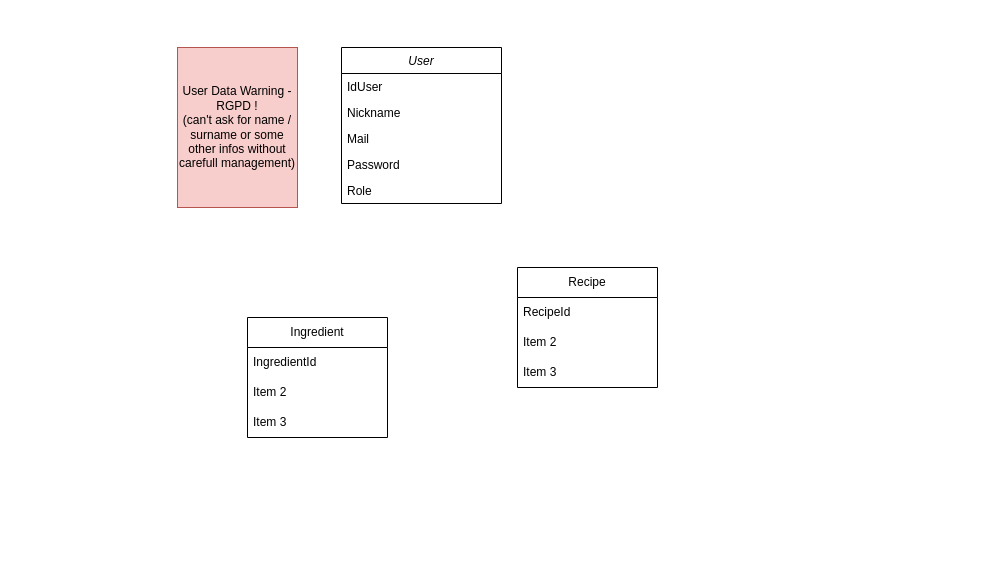
Above: StockingDraws/Diagramme sans nom.drawio in Windryuu/DrawIoRepo (draw.io), before the change. Source tidied: cells renumbered, new cells numbered last; positions are measured from the earlier drawing's top-left corner, leaving out a move shared by most shapes. Both pictures are drawn from the tidied source at 100%, with x=0, y=0 at pixel (177, 47).
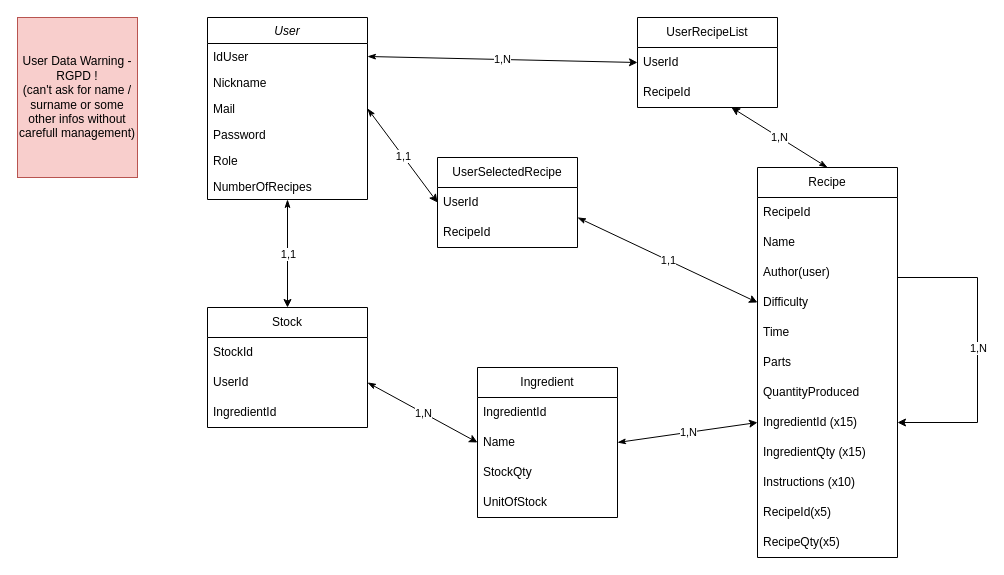
The same diagram, later.

Unchanged cells that the change refers to:
```xml
<mxCell id="3" value="IdUser" style="text;align=left;verticalAlign=top;spacingLeft=4;spacingRight=4;overflow=hidden;points=[[0,0.5],[1,0.5]];portConstraint=eastwest;" parent="2" vertex="1">
  <mxGeometry y="26" width="160" height="26" as="geometry" />
</mxCell>
<mxCell id="5" value="Mail" style="text;align=left;verticalAlign=top;spacingLeft=4;spacingRight=4;overflow=hidden;points=[[0,0.5],[1,0.5]];portConstraint=eastwest;rounded=0;shadow=0;html=0;" parent="2" vertex="1">
  <mxGeometry y="78" width="160" height="26" as="geometry" />
</mxCell>
```

The edit, as a diff of the source:
```diff
@@
     <mxCell id="2" value="User" style="swimlane;fontStyle=2;align=center;verticalAlign=top;horizontal=1;startSize=26;rounded=0;shadow=0;strokeWidth=1;" parent="1" vertex="1">
-      <mxGeometry x="164" width="160" height="156" as="geometry" />
+      <mxGeometry x="30" y="-30" width="160" height="182" as="geometry" />
     </mxCell>
@@
+    <mxCell id="17" value="NumberOfRecipes" style="text;align=left;verticalAlign=top;spacingLeft=4;spacingRight=4;overflow=hidden;rounded=0;shadow=0;html=0;" parent="2" vertex="1">
+      <mxGeometry y="156" width="160" height="26" as="geometry" />
+    </mxCell>
     <mxCell id="8" value="&lt;div&gt;User Data Warning - RGPD !&lt;/div&gt;&lt;div&gt;(can't ask for name / surname or some other infos without carefull management)&lt;br&gt;&lt;/div&gt;" style="rounded=0;whiteSpace=wrap;html=1;fillColor=#f8cecc;strokeColor=#b85450;" parent="1" vertex="1">
-      <mxGeometry width="120" height="160" as="geometry" />
+      <mxGeometry x="-160" y="-30" width="120" height="160" as="geometry" />
     </mxCell>
     <mxCell id="9" value="Recipe" style="swimlane;fontStyle=0;horizontal=1;startSize=30;whiteSpace=wrap;html=1;" parent="1" vertex="1">
-      <mxGeometry x="340" y="220" width="140" height="120" as="geometry" />
+      <mxGeometry x="580" y="120" width="140" height="390" as="geometry" />
     </mxCell>
@@
-    <mxCell id="11" value="Item 2" style="text;strokeColor=none;fillColor=none;align=left;verticalAlign=middle;spacingLeft=4;spacingRight=4;overflow=hidden;whiteSpace=wrap;html=1;" parent="9" vertex="1">
+    <mxCell id="11" value="Name" style="text;strokeColor=none;fillColor=none;align=left;verticalAlign=middle;spacingLeft=4;spacingRight=4;overflow=hidden;whiteSpace=wrap;html=1;" parent="9" vertex="1">
       <mxGeometry y="60" width="140" height="30" as="geometry" />
     </mxCell>
-    <mxCell id="12" value="Item 3" style="text;strokeColor=none;fillColor=none;align=left;verticalAlign=middle;spacingLeft=4;spacingRight=4;overflow=hidden;points=[[0,0.5],[1,0.5]];portConstraint=eastwest;whiteSpace=wrap;html=1;" parent="9" vertex="1">
+    <mxCell id="12" value="Author(user)" style="text;strokeColor=none;fillColor=none;align=left;verticalAlign=middle;spacingLeft=4;spacingRight=4;overflow=hidden;points=[[0,0.5],[1,0.5]];portConstraint=eastwest;whiteSpace=wrap;html=1;" parent="9" vertex="1">
       <mxGeometry y="90" width="140" height="30" as="geometry" />
     </mxCell>
+    <mxCell id="18" value="Difficulty" style="text;strokeColor=none;fillColor=none;align=left;verticalAlign=middle;spacingLeft=4;spacingRight=4;overflow=hidden;points=[[0,0.5],[1,0.5]];portConstraint=eastwest;whiteSpace=wrap;html=1;" parent="9" vertex="1">
+      <mxGeometry y="120" width="140" height="30" as="geometry" />
+    </mxCell>
+    <mxCell id="19" value="Time" style="text;strokeColor=none;fillColor=none;align=left;verticalAlign=middle;spacingLeft=4;spacingRight=4;overflow=hidden;whiteSpace=wrap;html=1;" parent="9" vertex="1">
+      <mxGeometry y="150" width="140" height="30" as="geometry" />
+    </mxCell>
+    <mxCell id="20" value="Parts" style="text;strokeColor=none;fillColor=none;align=left;verticalAlign=middle;spacingLeft=4;spacingRight=4;overflow=hidden;whiteSpace=wrap;html=1;" parent="9" vertex="1">
+      <mxGeometry y="180" width="140" height="30" as="geometry" />
+    </mxCell>
+    <mxCell id="21" value="QuantityProduced" style="text;strokeColor=none;fillColor=none;align=left;verticalAlign=middle;spacingLeft=4;spacingRight=4;overflow=hidden;whiteSpace=wrap;html=1;" parent="9" vertex="1">
+      <mxGeometry y="210" width="140" height="30" as="geometry" />
+    </mxCell>
+    <mxCell id="22" value="IngredientId (x15)" style="text;strokeColor=none;fillColor=none;align=left;verticalAlign=middle;spacingLeft=4;spacingRight=4;overflow=hidden;points=[[0,0.5],[1,0.5]];portConstraint=eastwest;whiteSpace=wrap;html=1;" parent="9" vertex="1">
+      <mxGeometry y="240" width="140" height="30" as="geometry" />
+    </mxCell>
+    <mxCell id="23" value="IngredientQty (x15)" style="text;strokeColor=none;fillColor=none;align=left;verticalAlign=middle;spacingLeft=4;spacingRight=4;overflow=hidden;whiteSpace=wrap;html=1;" parent="9" vertex="1">
+      <mxGeometry y="270" width="140" height="30" as="geometry" />
+    </mxCell>
+    <mxCell id="24" value="Instructions (x10)" style="text;strokeColor=none;fillColor=none;align=left;verticalAlign=middle;spacingLeft=4;spacingRight=4;overflow=hidden;whiteSpace=wrap;html=1;" parent="9" vertex="1">
+      <mxGeometry y="300" width="140" height="30" as="geometry" />
+    </mxCell>
+    <mxCell id="25" value="RecipeId(x5)" style="text;strokeColor=none;fillColor=none;align=left;verticalAlign=middle;spacingLeft=4;spacingRight=4;overflow=hidden;whiteSpace=wrap;html=1;" parent="9" vertex="1">
+      <mxGeometry y="330" width="140" height="30" as="geometry" />
+    </mxCell>
+    <mxCell id="26" value="RecipeQty(x5)" style="text;strokeColor=none;fillColor=none;align=left;verticalAlign=middle;spacingLeft=4;spacingRight=4;overflow=hidden;whiteSpace=wrap;html=1;" parent="9" vertex="1">
+      <mxGeometry y="360" width="140" height="30" as="geometry" />
+    </mxCell>
+    <mxCell id="27" style="endArrow=classic;html=1;rounded=0;edgeStyle=orthogonalEdgeStyle;entryX=1;entryY=0.5;entryDx=0;entryDy=0;exitX=1;exitY=0.5;exitDx=0;exitDy=0;" parent="9" edge="1" source="12" target="22">
+      <mxGeometry relative="1" as="geometry">
+        <Array as="points">
+          <mxPoint x="140" y="110" />
+          <mxPoint x="220" y="110" />
+          <mxPoint x="220" y="255" />
+        </Array>
+      </mxGeometry>
+    </mxCell>
+    <mxCell id="28" value="1,N" style="edgeLabel;html=1;align=center;verticalAlign=middle;" parent="27" vertex="1">
+      <mxGeometry relative="1" as="geometry" />
+    </mxCell>
     <mxCell id="13" value="Ingredient" style="swimlane;fontStyle=0;horizontal=1;startSize=30;whiteSpace=wrap;html=1;" parent="1" vertex="1">
-      <mxGeometry x="70" y="270" width="140" height="120" as="geometry" />
+      <mxGeometry x="300" y="320" width="140" height="150" as="geometry" />
     </mxCell>
@@
-    <mxCell id="15" value="Item 2" style="text;strokeColor=none;fillColor=none;align=left;verticalAlign=middle;spacingLeft=4;spacingRight=4;overflow=hidden;points=[[0,0.5],[1,0.5]];portConstraint=eastwest;whiteSpace=wrap;html=1;" parent="13" vertex="1">
+    <mxCell id="15" value="Name" style="text;strokeColor=none;fillColor=none;align=left;verticalAlign=middle;spacingLeft=4;spacingRight=4;overflow=hidden;points=[[0,0.5],[1,0.5]];portConstraint=eastwest;whiteSpace=wrap;html=1;" parent="13" vertex="1">
       <mxGeometry y="60" width="140" height="30" as="geometry" />
     </mxCell>
-    <mxCell id="16" value="Item 3" style="text;strokeColor=none;fillColor=none;align=left;verticalAlign=middle;spacingLeft=4;spacingRight=4;overflow=hidden;whiteSpace=wrap;html=1;" parent="13" vertex="1">
-      <mxGeometry y="90" width="140" height="30" as="geometry" />
-    </mxCell>
+    <mxCell id="29" value="StockQty" style="text;strokeColor=none;fillColor=none;align=left;verticalAlign=middle;spacingLeft=4;spacingRight=4;overflow=hidden;whiteSpace=wrap;html=1;" parent="13" vertex="1">
+      <mxGeometry y="90" width="140" height="30" as="geometry" />
+    </mxCell>
+    <mxCell id="30" value="UnitOfStock" style="text;strokeColor=none;fillColor=none;align=left;verticalAlign=middle;spacingLeft=4;spacingRight=4;overflow=hidden;whiteSpace=wrap;html=1;" parent="13" vertex="1">
+      <mxGeometry y="120" width="140" height="30" as="geometry" />
+    </mxCell>
+    <mxCell id="31" value="UserRecipeList" style="swimlane;fontStyle=0;horizontal=1;startSize=30;whiteSpace=wrap;html=1;" parent="1" vertex="1">
+      <mxGeometry x="460" y="-30" width="140" height="90" as="geometry" />
+    </mxCell>
+    <mxCell id="32" value="UserId" style="text;strokeColor=none;fillColor=none;align=left;verticalAlign=middle;spacingLeft=4;spacingRight=4;overflow=hidden;points=[[0,0.5],[1,0.5]];portConstraint=eastwest;whiteSpace=wrap;html=1;" parent="31" vertex="1">
+      <mxGeometry y="30" width="140" height="30" as="geometry" />
+    </mxCell>
+    <mxCell id="33" value="RecipeId" style="text;strokeColor=none;fillColor=none;align=left;verticalAlign=middle;spacingLeft=4;spacingRight=4;overflow=hidden;points=[[0,0.5],[1,0.5]];portConstraint=eastwest;whiteSpace=wrap;html=1;" parent="31" vertex="1">
+      <mxGeometry y="60" width="140" height="30" as="geometry" />
+    </mxCell>
+    <mxCell id="34" value="Stock" style="swimlane;fontStyle=0;horizontal=1;startSize=30;whiteSpace=wrap;html=1;" parent="1" vertex="1">
+      <mxGeometry x="30" y="260" width="160" height="120" as="geometry" />
+    </mxCell>
+    <mxCell id="35" value="StockId" style="text;strokeColor=none;fillColor=none;align=left;verticalAlign=middle;spacingLeft=4;spacingRight=4;overflow=hidden;whiteSpace=wrap;html=1;" parent="34" vertex="1">
+      <mxGeometry y="30" width="160" height="30" as="geometry" />
+    </mxCell>
+    <mxCell id="36" value="UserId" style="text;strokeColor=none;fillColor=none;align=left;verticalAlign=middle;spacingLeft=4;spacingRight=4;overflow=hidden;points=[[0,0.5],[1,0.5]];portConstraint=eastwest;whiteSpace=wrap;html=1;" parent="34" vertex="1">
+      <mxGeometry y="60" width="160" height="30" as="geometry" />
+    </mxCell>
+    <mxCell id="37" value="IngredientId" style="text;strokeColor=none;fillColor=none;align=left;verticalAlign=middle;spacingLeft=4;spacingRight=4;overflow=hidden;whiteSpace=wrap;html=1;" parent="34" vertex="1">
+      <mxGeometry y="90" width="160" height="30" as="geometry" />
+    </mxCell>
+    <mxCell id="38" style="endArrow=classic;html=1;rounded=0;exitX=0.5;exitY=1;exitDx=0;exitDy=0;entryX=0.5;entryY=0;entryDx=0;entryDy=0;startArrow=classicThin;startFill=1;" parent="1" edge="1" source="2" target="34">
+      <mxGeometry relative="1" as="geometry" />
+    </mxCell>
+    <mxCell id="39" value="1,1" style="edgeLabel;html=1;align=center;verticalAlign=middle;" parent="38" vertex="1">
+      <mxGeometry relative="1" as="geometry" />
+    </mxCell>
+    <mxCell id="40" value="UserSelectedRecipe" style="swimlane;fontStyle=0;horizontal=1;startSize=30;whiteSpace=wrap;html=1;" parent="1" vertex="1">
+      <mxGeometry x="260" y="110" width="140" height="90" as="geometry" />
+    </mxCell>
+    <mxCell id="41" value="UserId" style="text;strokeColor=none;fillColor=none;align=left;verticalAlign=middle;spacingLeft=4;spacingRight=4;overflow=hidden;points=[[0,0.5],[1,0.5]];portConstraint=eastwest;whiteSpace=wrap;html=1;" parent="40" vertex="1">
+      <mxGeometry y="30" width="140" height="30" as="geometry" />
+    </mxCell>
+    <mxCell id="42" value="RecipeId" style="text;strokeColor=none;fillColor=none;align=left;verticalAlign=middle;spacingLeft=4;spacingRight=4;overflow=hidden;whiteSpace=wrap;html=1;" parent="40" vertex="1">
+      <mxGeometry y="60" width="140" height="30" as="geometry" />
+    </mxCell>
+    <mxCell id="43" style="endArrow=classic;html=1;rounded=0;exitX=1;exitY=0.5;exitDx=0;exitDy=0;entryX=0;entryY=0.5;entryDx=0;entryDy=0;startArrow=classicThin;startFill=1;" parent="1" edge="1" source="5" target="41">
+      <mxGeometry relative="1" as="geometry" />
+    </mxCell>
+    <mxCell id="44" value="1,1" style="edgeLabel;html=1;align=center;verticalAlign=middle;" parent="43" vertex="1">
+      <mxGeometry relative="1" as="geometry" />
+    </mxCell>
+    <mxCell id="45" style="endArrow=classic;html=1;rounded=0;exitX=1;exitY=0.5;exitDx=0;exitDy=0;entryX=0;entryY=0.5;entryDx=0;entryDy=0;startArrow=classicThin;startFill=1;" parent="1" edge="1" source="3" target="32">
+      <mxGeometry relative="1" as="geometry" />
+    </mxCell>
+    <mxCell id="46" value="1,N" style="edgeLabel;html=1;align=center;verticalAlign=middle;" parent="45" vertex="1">
+      <mxGeometry relative="1" as="geometry" />
+    </mxCell>
+    <mxCell id="47" style="endArrow=classic;html=1;rounded=0;exitX=0.5;exitY=0;exitDx=0;exitDy=0;startArrow=classicThin;startFill=1;" parent="1" edge="1" source="9" target="33">
+      <mxGeometry relative="1" as="geometry" />
+    </mxCell>
+    <mxCell id="48" value="1,N" style="edgeLabel;html=1;align=center;verticalAlign=middle;" parent="47" vertex="1">
+      <mxGeometry relative="1" as="geometry" />
+    </mxCell>
+    <mxCell id="49" style="endArrow=classic;html=1;rounded=0;exitX=1;exitY=0.5;exitDx=0;exitDy=0;entryX=0;entryY=0.5;entryDx=0;entryDy=0;startArrow=classicThin;startFill=1;" parent="1" edge="1" source="36" target="15">
+      <mxGeometry relative="1" as="geometry" />
+    </mxCell>
+    <mxCell id="50" value="1,N" style="edgeLabel;html=1;align=center;verticalAlign=middle;" parent="49" vertex="1">
+      <mxGeometry relative="1" as="geometry" />
+    </mxCell>
+    <mxCell id="51" style="endArrow=classic;html=1;rounded=0;entryX=0;entryY=0.5;entryDx=0;entryDy=0;startArrow=classicThin;startFill=1;" parent="1" edge="1" target="18">
+      <mxGeometry relative="1" as="geometry">
+        <mxPoint x="400" y="170" as="sourcePoint" />
+      </mxGeometry>
+    </mxCell>
+    <mxCell id="52" value="1,1" style="edgeLabel;html=1;align=center;verticalAlign=middle;" parent="51" vertex="1">
+      <mxGeometry relative="1" as="geometry" />
+    </mxCell>
+    <mxCell id="53" style="endArrow=classic;html=1;rounded=0;exitX=1;exitY=0.5;exitDx=0;exitDy=0;entryX=0;entryY=0.5;entryDx=0;entryDy=0;startArrow=classicThin;startFill=1;" parent="1" edge="1" source="15" target="22">
+      <mxGeometry relative="1" as="geometry" />
+    </mxCell>
+    <mxCell id="54" value="1,N" style="edgeLabel;html=1;align=center;verticalAlign=middle;" parent="53" vertex="1">
+      <mxGeometry relative="1" as="geometry" />
+    </mxCell>
```
